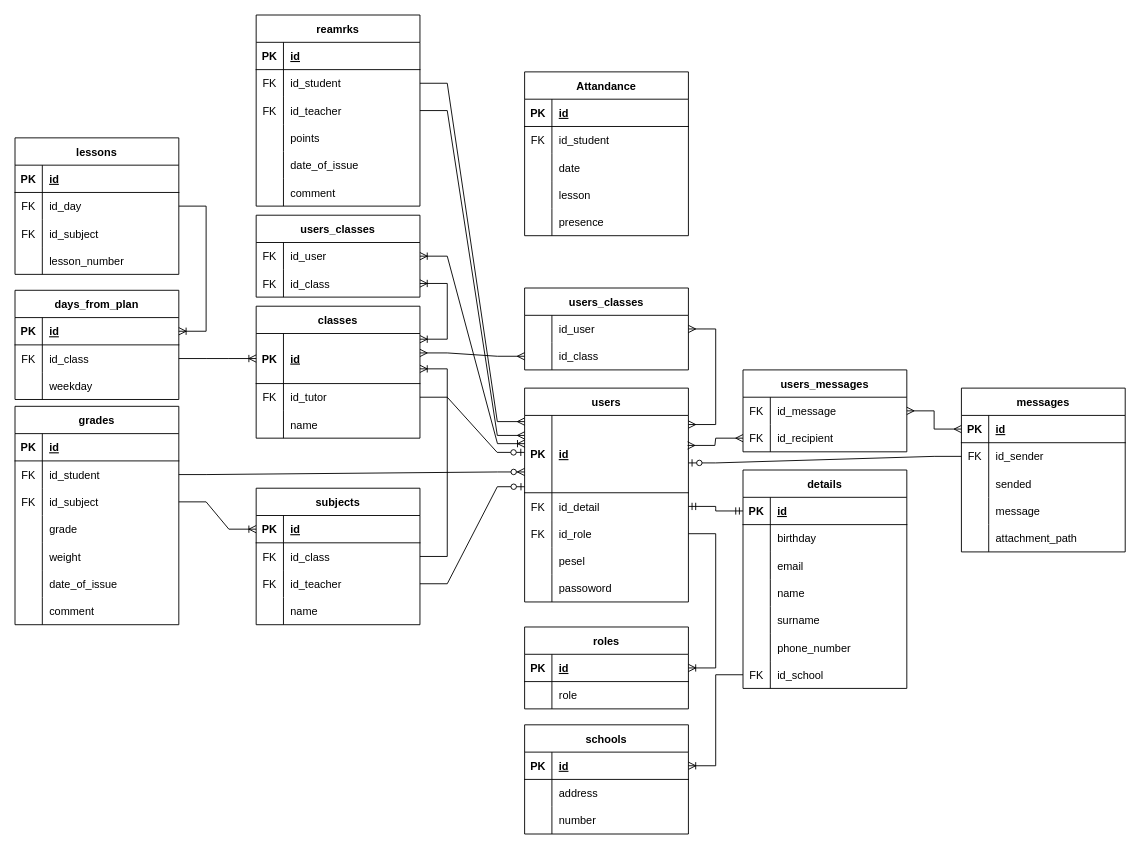
Above: Diarium.drawio in Wadowski-Mateusz/WdPAI (draw.io), before the change. Source tidied: cells renumbered, new cells numbered last; positions are measured from the earlier drawing's top-left corner, leaving out a move shared by most shapes. Both pictures are drawn from the tidied source at 91%, with x=0, y=0 at pixel (15, 15).
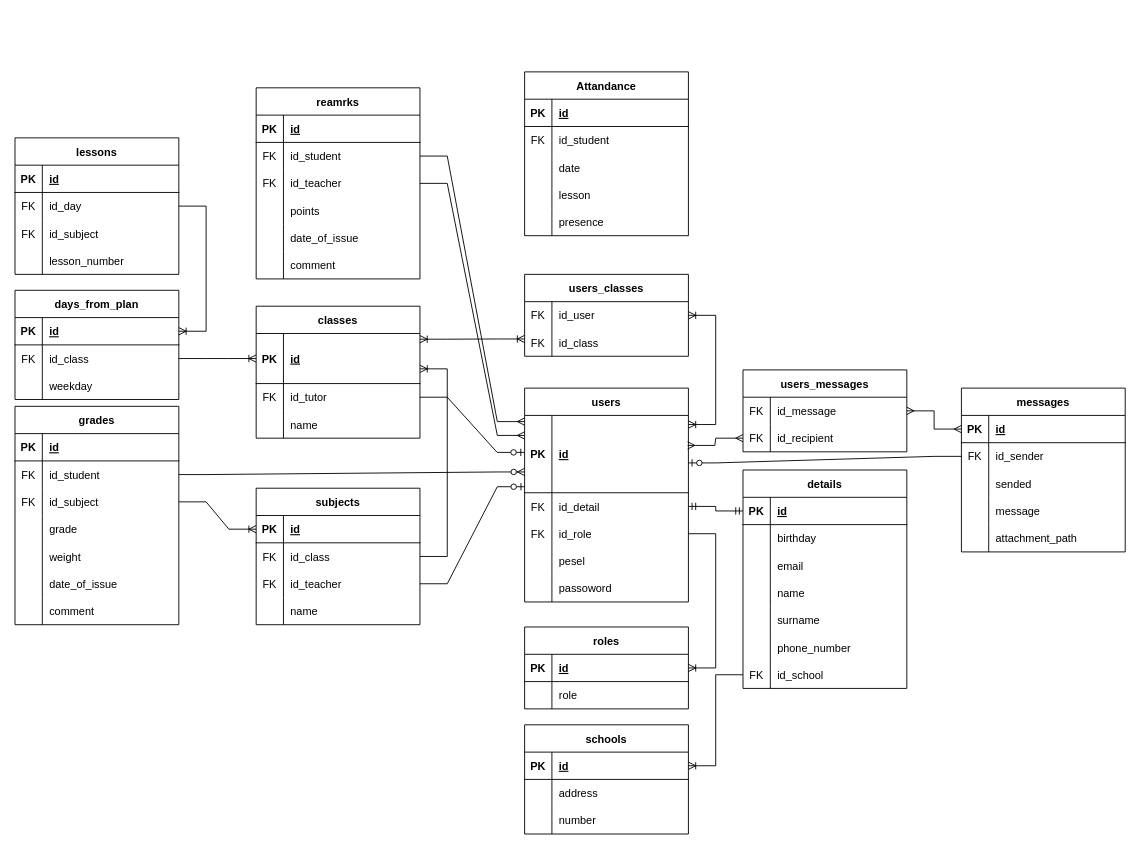
After the change.

Commit message:
mistake correction

Unchanged cells that the change refers to:
```xml
<mxCell id="24" value="classes" style="shape=table;startSize=30;childLayout=tableLayout;rowLines=0;fontStyle=1;align=center;rounded=0;labelBackgroundColor=none;" parent="1" vertex="1">
  <mxGeometry x="265" y="320" width="180" height="145" as="geometry" />
</mxCell>
<mxCell id="25" style="shape=tableRow;horizontal=0;startSize=0;swimlaneHead=0;swimlaneBody=0;fillColor=none;points=[[0,0.5],[1,0.5]];portConstraint=eastwest;top=0;left=0;right=0;bottom=1;rounded=0;labelBackgroundColor=none;" parent="24" vertex="1">
  <mxGeometry y="30" width="180" height="55" as="geometry" />
</mxCell>
<mxCell id="123" style="shape=tableRow;horizontal=0;startSize=0;swimlaneHead=0;swimlaneBody=0;fillColor=none;points=[[0,0.5],[1,0.5]];portConstraint=eastwest;top=0;left=0;right=0;bottom=1;rounded=0;labelBackgroundColor=none;" parent="122" vertex="1">
  <mxGeometry y="30" width="180" height="85" as="geometry" />
</mxCell>
<mxCell id="177" style="shape=tableRow;horizontal=0;startSize=0;swimlaneHead=0;swimlaneBody=0;fillColor=none;points=[[0,0.5],[1,0.5]];portConstraint=eastwest;top=0;left=0;right=0;bottom=0;rounded=0;labelBackgroundColor=none;" parent="176" vertex="1">
  <mxGeometry y="30" width="180" height="30" as="geometry" />
</mxCell>
<mxCell id="180" style="shape=tableRow;horizontal=0;startSize=0;swimlaneHead=0;swimlaneBody=0;fillColor=none;points=[[0,0.5],[1,0.5]];portConstraint=eastwest;top=0;left=0;right=0;bottom=0;rounded=0;labelBackgroundColor=none;" parent="176" vertex="1">
  <mxGeometry y="60" width="180" height="30" as="geometry" />
</mxCell>
```

Change to the diagram source:
```diff
@@
     <mxCell id="57" value="reamrks" style="shape=table;startSize=30;childLayout=tableLayout;rowLines=0;fontStyle=1;align=center;rounded=0;labelBackgroundColor=none;" parent="1" vertex="1">
-      <mxGeometry x="265" width="180" height="210" as="geometry" />
+      <mxGeometry x="265" y="80" width="180" height="210" as="geometry" />
     </mxCell>
@@
     <mxCell id="176" value="users_classes" style="shape=table;startSize=30;childLayout=tableLayout;rowLines=0;fontStyle=1;align=center;rounded=0;labelBackgroundColor=none;" parent="1" vertex="1">
-      <mxGeometry x="265" y="220" width="180" height="90" as="geometry" />
+      <mxGeometry x="560" y="285" width="180" height="90" as="geometry" />
     </mxCell>
@@
-    <mxCell id="183" style="edgeStyle=entityRelationEdgeStyle;fontSize=12;html=1;endArrow=ERoneToMany;startArrow=ERoneToMany;rounded=0;exitX=1;exitY=0.5;exitDx=0;exitDy=0;entryX=0.001;entryY=0.365;entryDx=0;entryDy=0;labelBackgroundColor=none;fontColor=default;entryPerimeter=0;" parent="1" edge="1" source="177" target="123">
+    <mxCell id="183" style="edgeStyle=entityRelationEdgeStyle;fontSize=12;html=1;endArrow=ERoneToMany;startArrow=ERoneToMany;rounded=0;exitX=1;exitY=0.5;exitDx=0;exitDy=0;entryX=1;entryY=0.118;entryDx=0;entryDy=0;labelBackgroundColor=none;fontColor=default;entryPerimeter=0;" parent="1" edge="1" source="177" target="123">
       <mxGeometry relative="1" as="geometry" />
     </mxCell>
-    <mxCell id="184" style="edgeStyle=entityRelationEdgeStyle;fontSize=12;html=1;endArrow=ERoneToMany;startArrow=ERoneToMany;rounded=0;entryX=1;entryY=0.5;entryDx=0;entryDy=0;exitX=1;exitY=0.25;exitDx=0;exitDy=0;labelBackgroundColor=none;fontColor=default;" parent="1" edge="1" source="24" target="180">
-      <mxGeometry relative="1" as="geometry" />
+    <mxCell id="184" style="edgeStyle=entityRelationEdgeStyle;fontSize=12;html=1;endArrow=ERoneToMany;startArrow=ERoneToMany;rounded=0;exitX=1;exitY=0.25;exitDx=0;exitDy=0;labelBackgroundColor=none;fontColor=default;" parent="1" edge="1" source="24">
+      <mxGeometry relative="1" as="geometry">
+        <mxPoint x="560" y="356" as="targetPoint" />
+      </mxGeometry>
     </mxCell>
@@
-    <mxCell id="207" value="users_classes" style="shape=table;startSize=30;childLayout=tableLayout;rowLines=0;fontStyle=1;align=center;rounded=0;" parent="1" vertex="1">
-      <mxGeometry x="560" y="300" width="180" height="90" as="geometry" />
-    </mxCell>
-    <mxCell id="208" style="shape=tableRow;horizontal=0;startSize=0;swimlaneHead=0;swimlaneBody=0;fillColor=none;points=[[0,0.5],[1,0.5]];portConstraint=eastwest;top=0;left=0;right=0;bottom=0;rounded=0;" parent="207" vertex="1">
-      <mxGeometry y="30" width="180" height="30" as="geometry" />
-    </mxCell>
-    <mxCell id="209" style="shape=partialRectangle;fillColor=none;top=0;left=0;bottom=0;right=0;overflow=hidden;rounded=0;" parent="208" vertex="1">
-      <mxGeometry width="30" height="30" as="geometry" />
-    </mxCell>
-    <mxCell id="210" value="id_user" style="shape=partialRectangle;fillColor=none;top=0;left=0;bottom=0;right=0;align=left;spacingLeft=6;overflow=hidden;rounded=0;" parent="208" vertex="1">
-      <mxGeometry x="30" width="150" height="30" as="geometry" />
-    </mxCell>
-    <mxCell id="211" style="shape=tableRow;horizontal=0;startSize=0;swimlaneHead=0;swimlaneBody=0;fillColor=none;points=[[0,0.5],[1,0.5]];portConstraint=eastwest;top=0;left=0;right=0;bottom=0;rounded=0;" parent="207" vertex="1">
-      <mxGeometry y="60" width="180" height="30" as="geometry" />
-    </mxCell>
-    <mxCell id="212" style="shape=partialRectangle;fillColor=none;top=0;left=0;bottom=0;right=0;overflow=hidden;rounded=0;" parent="211" vertex="1">
-      <mxGeometry width="30" height="30" as="geometry" />
-    </mxCell>
-    <mxCell id="213" value="id_class" style="shape=partialRectangle;fillColor=none;top=0;left=0;bottom=0;right=0;align=left;spacingLeft=6;overflow=hidden;rounded=0;" parent="211" vertex="1">
-      <mxGeometry x="30" width="150" height="30" as="geometry" />
-    </mxCell>
-    <mxCell id="214" style="edgeStyle=entityRelationEdgeStyle;fontSize=12;html=1;endArrow=ERmany;startArrow=ERmany;entryX=1;entryY=0.5;entryDx=0;entryDy=0;rounded=0;exitX=1;exitY=0.118;exitDx=0;exitDy=0;exitPerimeter=0;" parent="1" edge="1" source="123" target="208">
-      <mxGeometry relative="1" as="geometry" />
-    </mxCell>
-    <mxCell id="215" style="edgeStyle=entityRelationEdgeStyle;fontSize=12;html=1;endArrow=ERmany;startArrow=ERmany;exitX=1;exitY=0.388;exitDx=0;exitDy=0;exitPerimeter=0;entryX=0;entryY=0.5;entryDx=0;entryDy=0;rounded=0;" parent="1" edge="1" source="25" target="211">
-      <mxGeometry relative="1" as="geometry" />
-    </mxCell>
```
